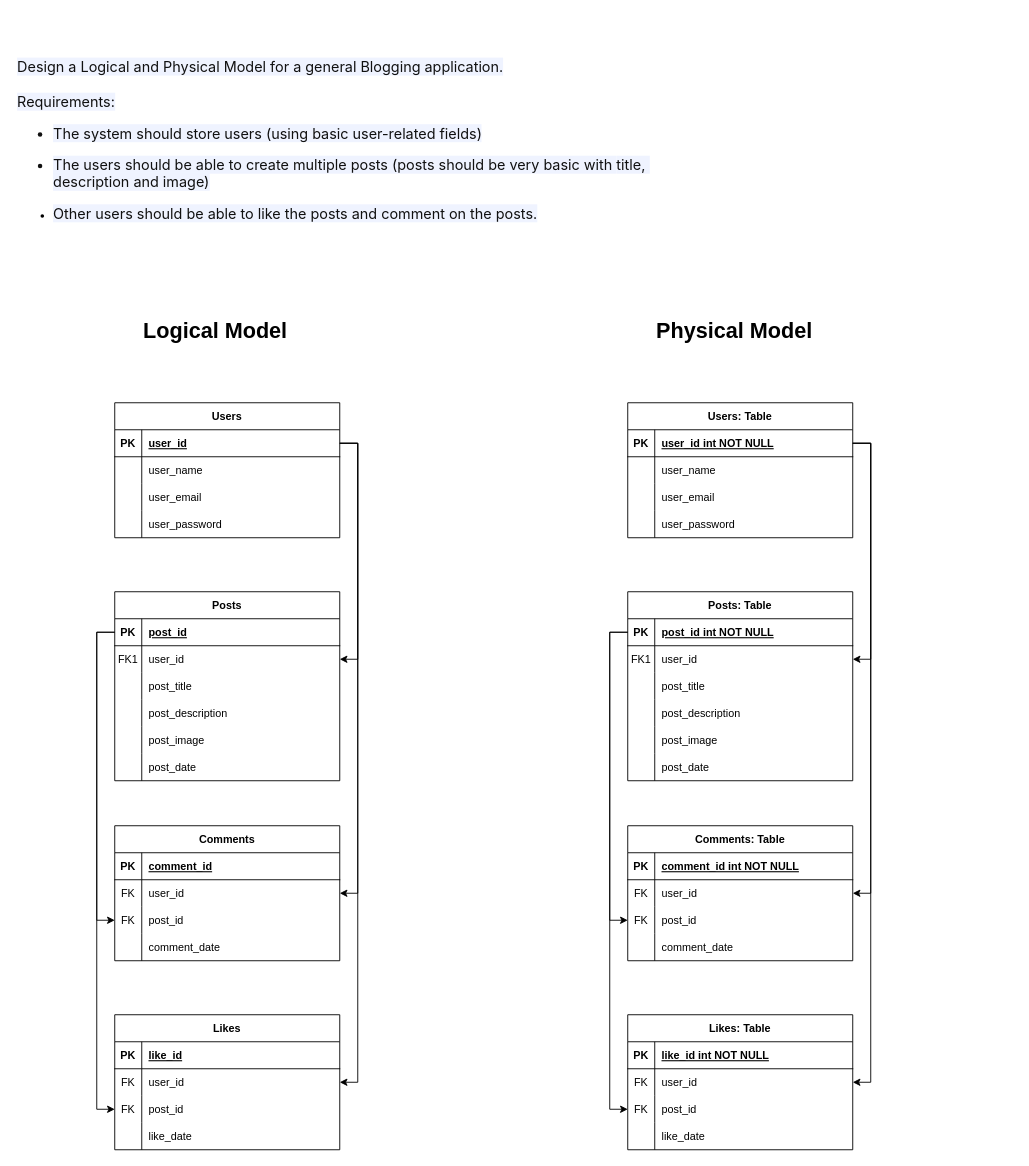
Before: exercise1.drawio in dmcneill15/module8, a draw.io diagram. Source tidied: cells renumbered, new cells numbered last; positions are measured from the earlier drawing's top-left corner, leaving out a move shared by most shapes. Both pictures are drawn from the tidied source at 90%, with x=0, y=0 at pixel (15, 15).
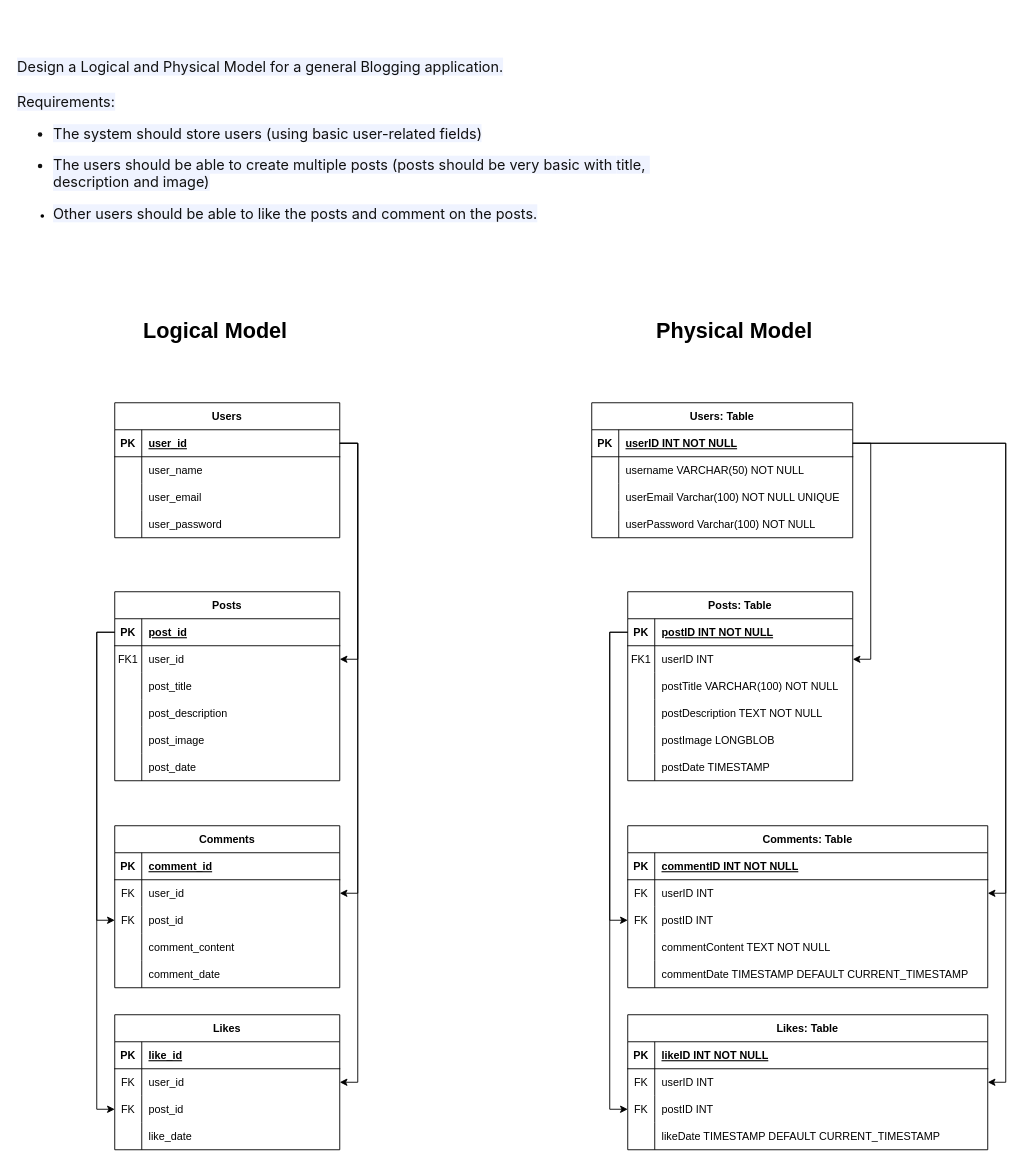
The same diagram, later.

The change refers to these unchanged cells:
```xml
<mxCell id="68" style="shape=partialRectangle;fillColor=none;points=[[0,0.5],[1,0.5]];portConstraint=eastwest;top=0;left=0;right=0;bottom=1;" parent="67" vertex="1">
  <mxGeometry y="30" width="250" height="30" as="geometry" />
</mxCell>
<mxCell id="71" style="shape=partialRectangle;fillColor=none;points=[[0,0.5],[1,0.5]];portConstraint=eastwest;top=0;left=0;right=0;bottom=0;" parent="67" vertex="1">
  <mxGeometry y="60" width="250" height="30" as="geometry" />
</mxCell>
<mxCell id="74" style="shape=partialRectangle;fillColor=none;top=0;left=0;right=0;bottom=0;" parent="67" vertex="1">
  <mxGeometry y="90" width="250" height="30" as="geometry" />
</mxCell>
<mxCell id="77" style="shape=partialRectangle;fillColor=none;top=0;left=0;right=0;bottom=0;" parent="67" vertex="1">
  <mxGeometry y="120" width="250" height="30" as="geometry" />
</mxCell>
<mxCell id="80" style="shape=partialRectangle;fillColor=none;top=0;left=0;right=0;bottom=0;" parent="67" vertex="1">
  <mxGeometry y="150" width="250" height="30" as="geometry" />
</mxCell>
<mxCell id="83" style="shape=partialRectangle;fillColor=none;top=0;left=0;right=0;bottom=0;" parent="67" vertex="1">
  <mxGeometry y="180" width="250" height="30" as="geometry" />
</mxCell>
```

The edit, as a diff of the source:
```diff
@@
     <mxCell id="47" value="Comments" style="shape=table;startSize=30;childLayout=tableLayout;rowLines=0;fontStyle=1;align=center;" parent="1" vertex="1">
-      <mxGeometry x="110" y="900" width="250" height="150" as="geometry" />
+      <mxGeometry x="110" y="900" width="250" height="180" as="geometry" />
     </mxCell>
@@
+    <mxCell id="131" style="shape=partialRectangle;fillColor=none;top=0;left=0;right=0;bottom=0;" parent="47" vertex="1">
+      <mxGeometry y="120" width="250" height="30" as="geometry" />
+    </mxCell>
+    <mxCell id="132" style="shape=partialRectangle;overflow=hidden;fillColor=none;top=0;left=0;bottom=0;right=0;" parent="131" vertex="1">
+      <mxGeometry width="30" height="30" as="geometry" />
+    </mxCell>
+    <mxCell id="133" value="comment_content" style="shape=partialRectangle;overflow=hidden;fillColor=none;top=0;left=0;bottom=0;right=0;align=left;spacingLeft=6;" parent="131" vertex="1">
+      <mxGeometry x="30" width="220" height="30" as="geometry" />
+    </mxCell>
     <mxCell id="57" style="shape=partialRectangle;fillColor=none;top=0;left=0;right=0;bottom=0;" parent="47" vertex="1">
-      <mxGeometry y="120" width="250" height="30" as="geometry" />
+      <mxGeometry y="150" width="250" height="30" as="geometry" />
     </mxCell>
@@
-    <mxCell id="70" value="post_id int NOT NULL " style="shape=partialRectangle;overflow=hidden;fillColor=none;top=0;left=0;bottom=0;right=0;align=left;spacingLeft=6;fontStyle=5;" parent="68" vertex="1">
+    <mxCell id="70" value="postID INT NOT NULL " style="shape=partialRectangle;overflow=hidden;fillColor=none;top=0;left=0;bottom=0;right=0;align=left;spacingLeft=6;fontStyle=5;" parent="68" vertex="1">
       <mxGeometry x="30" width="220" height="30" as="geometry" />
     </mxCell>
@@
-    <mxCell id="73" value="user_id" style="shape=partialRectangle;overflow=hidden;fillColor=none;top=0;left=0;bottom=0;right=0;align=left;spacingLeft=6;" parent="71" vertex="1">
+    <mxCell id="73" value="userID INT" style="shape=partialRectangle;overflow=hidden;fillColor=none;top=0;left=0;bottom=0;right=0;align=left;spacingLeft=6;" parent="71" vertex="1">
       <mxGeometry x="30" width="220" height="30" as="geometry" />
     </mxCell>
@@
-    <mxCell id="76" value="post_title" style="shape=partialRectangle;overflow=hidden;fillColor=none;top=0;left=0;bottom=0;right=0;align=left;spacingLeft=6;" parent="74" vertex="1">
+    <mxCell id="76" value="postTitle VARCHAR(100) NOT NULL" style="shape=partialRectangle;overflow=hidden;fillColor=none;top=0;left=0;bottom=0;right=0;align=left;spacingLeft=6;" parent="74" vertex="1">
       <mxGeometry x="30" width="220" height="30" as="geometry" />
     </mxCell>
@@
-    <mxCell id="79" value="post_description" style="shape=partialRectangle;overflow=hidden;fillColor=none;top=0;left=0;bottom=0;right=0;align=left;spacingLeft=6;" parent="77" vertex="1">
+    <mxCell id="79" value="postDescription TEXT NOT NULL" style="shape=partialRectangle;overflow=hidden;fillColor=none;top=0;left=0;bottom=0;right=0;align=left;spacingLeft=6;" parent="77" vertex="1">
       <mxGeometry x="30" width="220" height="30" as="geometry" />
     </mxCell>
@@
-    <mxCell id="82" value="post_image" style="shape=partialRectangle;overflow=hidden;fillColor=none;top=0;left=0;bottom=0;right=0;align=left;spacingLeft=6;" parent="80" vertex="1">
+    <mxCell id="82" value="postImage LONGBLOB" style="shape=partialRectangle;overflow=hidden;fillColor=none;top=0;left=0;bottom=0;right=0;align=left;spacingLeft=6;" parent="80" vertex="1">
       <mxGeometry x="30" width="220" height="30" as="geometry" />
     </mxCell>
@@
-    <mxCell id="85" value="post_date" style="shape=partialRectangle;overflow=hidden;fillColor=none;top=0;left=0;bottom=0;right=0;align=left;spacingLeft=6;" parent="83" vertex="1">
+    <mxCell id="85" value="postDate TIMESTAMP" style="shape=partialRectangle;overflow=hidden;fillColor=none;top=0;left=0;bottom=0;right=0;align=left;spacingLeft=6;" parent="83" vertex="1">
       <mxGeometry x="30" width="220" height="30" as="geometry" />
     </mxCell>
     <mxCell id="86" value="Users: Table" style="shape=table;startSize=30;childLayout=tableLayout;rowLines=0;fontStyle=1;align=center;" parent="1" vertex="1">
-      <mxGeometry x="680" y="430" width="250" height="150" as="geometry" />
+      <mxGeometry x="640" y="430" width="290" height="150" as="geometry" />
     </mxCell>
     <mxCell id="87" style="shape=partialRectangle;fillColor=none;points=[[0,0.5],[1,0.5]];portConstraint=eastwest;top=0;left=0;right=0;bottom=1;" parent="86" vertex="1">
-      <mxGeometry y="30" width="250" height="30" as="geometry" />
+      <mxGeometry y="30" width="290" height="30" as="geometry" />
     </mxCell>
@@
-    <mxCell id="89" value="user_id int NOT NULL " style="shape=partialRectangle;overflow=hidden;fillColor=none;top=0;left=0;bottom=0;right=0;align=left;spacingLeft=6;fontStyle=5;" parent="87" vertex="1">
-      <mxGeometry x="30" width="220" height="30" as="geometry" />
+    <mxCell id="89" value="userID INT NOT NULL " style="shape=partialRectangle;overflow=hidden;fillColor=none;top=0;left=0;bottom=0;right=0;align=left;spacingLeft=6;fontStyle=5;" parent="87" vertex="1">
+      <mxGeometry x="30" width="260" height="30" as="geometry" />
     </mxCell>
     <mxCell id="90" style="shape=partialRectangle;fillColor=none;top=0;left=0;right=0;bottom=0;" parent="86" vertex="1">
-      <mxGeometry y="60" width="250" height="30" as="geometry" />
+      <mxGeometry y="60" width="290" height="30" as="geometry" />
     </mxCell>
@@
-    <mxCell id="92" value="user_name" style="shape=partialRectangle;overflow=hidden;fillColor=none;top=0;left=0;bottom=0;right=0;align=left;spacingLeft=6;" parent="90" vertex="1">
-      <mxGeometry x="30" width="220" height="30" as="geometry" />
+    <mxCell id="92" value="username VARCHAR(50) NOT NULL" style="shape=partialRectangle;overflow=hidden;fillColor=none;top=0;left=0;bottom=0;right=0;align=left;spacingLeft=6;" parent="90" vertex="1">
+      <mxGeometry x="30" width="260" height="30" as="geometry" />
     </mxCell>
     <mxCell id="93" style="shape=partialRectangle;fillColor=none;top=0;left=0;right=0;bottom=0;" parent="86" vertex="1">
-      <mxGeometry y="90" width="250" height="30" as="geometry" />
+      <mxGeometry y="90" width="290" height="30" as="geometry" />
     </mxCell>
@@
-    <mxCell id="95" value="user_email" style="shape=partialRectangle;overflow=hidden;fillColor=none;top=0;left=0;bottom=0;right=0;align=left;spacingLeft=6;" parent="93" vertex="1">
-      <mxGeometry x="30" width="220" height="30" as="geometry" />
+    <mxCell id="95" value="userEmail Varchar(100) NOT NULL UNIQUE" style="shape=partialRectangle;overflow=hidden;fillColor=none;top=0;left=0;bottom=0;right=0;align=left;spacingLeft=6;" parent="93" vertex="1">
+      <mxGeometry x="30" width="260" height="30" as="geometry" />
     </mxCell>
     <mxCell id="96" style="shape=partialRectangle;fillColor=none;top=0;left=0;right=0;bottom=0;" parent="86" vertex="1">
-      <mxGeometry y="120" width="250" height="30" as="geometry" />
+      <mxGeometry y="120" width="290" height="30" as="geometry" />
     </mxCell>
@@
-    <mxCell id="98" value="user_password" style="shape=partialRectangle;overflow=hidden;fillColor=none;top=0;left=0;bottom=0;right=0;align=left;spacingLeft=6;" parent="96" vertex="1">
-      <mxGeometry x="30" width="220" height="30" as="geometry" />
+    <mxCell id="98" value="userPassword Varchar(100) NOT NULL" style="shape=partialRectangle;overflow=hidden;fillColor=none;top=0;left=0;bottom=0;right=0;align=left;spacingLeft=6;" parent="96" vertex="1">
+      <mxGeometry x="30" width="260" height="30" as="geometry" />
     </mxCell>
     <mxCell id="99" value="Likes: Table" style="shape=table;startSize=30;childLayout=tableLayout;rowLines=0;fontStyle=1;align=center;" parent="1" vertex="1">
-      <mxGeometry x="680" y="1110" width="250" height="150" as="geometry" />
+      <mxGeometry x="680" y="1110" width="400" height="150" as="geometry" />
     </mxCell>
     <mxCell id="100" style="shape=partialRectangle;fillColor=none;top=0;left=0;right=0;bottom=1;" parent="99" vertex="1">
-      <mxGeometry y="30" width="250" height="30" as="geometry" />
+      <mxGeometry y="30" width="400" height="30" as="geometry" />
     </mxCell>
@@
-    <mxCell id="102" value="like_id int NOT NULL " style="shape=partialRectangle;overflow=hidden;fillColor=none;top=0;left=0;bottom=0;right=0;align=left;spacingLeft=6;fontStyle=5;" parent="100" vertex="1">
-      <mxGeometry x="30" width="220" height="30" as="geometry" />
+    <mxCell id="102" value="likeID INT NOT NULL " style="shape=partialRectangle;overflow=hidden;fillColor=none;top=0;left=0;bottom=0;right=0;align=left;spacingLeft=6;fontStyle=5;" parent="100" vertex="1">
+      <mxGeometry x="30" width="370" height="30" as="geometry" />
     </mxCell>
     <mxCell id="103" style="shape=partialRectangle;fillColor=none;points=[[0,0.5],[1,0.5]];portConstraint=eastwest;top=0;left=0;right=0;bottom=0;" parent="99" vertex="1">
-      <mxGeometry y="60" width="250" height="30" as="geometry" />
+      <mxGeometry y="60" width="400" height="30" as="geometry" />
     </mxCell>
@@
-    <mxCell id="105" value="user_id" style="shape=partialRectangle;overflow=hidden;fillColor=none;top=0;left=0;bottom=0;right=0;align=left;spacingLeft=6;" parent="103" vertex="1">
-      <mxGeometry x="30" width="220" height="30" as="geometry" />
+    <mxCell id="105" value="userID INT" style="shape=partialRectangle;overflow=hidden;fillColor=none;top=0;left=0;bottom=0;right=0;align=left;spacingLeft=6;" parent="103" vertex="1">
+      <mxGeometry x="30" width="370" height="30" as="geometry" />
     </mxCell>
     <mxCell id="106" style="shape=partialRectangle;fillColor=none;points=[[0,0.5],[1,0.5]];portConstraint=eastwest;top=0;left=0;right=0;bottom=0;" parent="99" vertex="1">
-      <mxGeometry y="90" width="250" height="30" as="geometry" />
+      <mxGeometry y="90" width="400" height="30" as="geometry" />
     </mxCell>
@@
-    <mxCell id="108" value="post_id" style="shape=partialRectangle;overflow=hidden;fillColor=none;top=0;left=0;bottom=0;right=0;align=left;spacingLeft=6;" parent="106" vertex="1">
-      <mxGeometry x="30" width="220" height="30" as="geometry" />
+    <mxCell id="108" value="postID INT" style="shape=partialRectangle;overflow=hidden;fillColor=none;top=0;left=0;bottom=0;right=0;align=left;spacingLeft=6;" parent="106" vertex="1">
+      <mxGeometry x="30" width="370" height="30" as="geometry" />
     </mxCell>
     <mxCell id="109" style="shape=partialRectangle;fillColor=none;top=0;left=0;right=0;bottom=0;" parent="99" vertex="1">
-      <mxGeometry y="120" width="250" height="30" as="geometry" />
+      <mxGeometry y="120" width="400" height="30" as="geometry" />
     </mxCell>
@@
-    <mxCell id="111" value="like_date" style="shape=partialRectangle;overflow=hidden;fillColor=none;top=0;left=0;bottom=0;right=0;align=left;spacingLeft=6;" parent="109" vertex="1">
-      <mxGeometry x="30" width="220" height="30" as="geometry" />
+    <mxCell id="111" value="likeDate TIMESTAMP DEFAULT CURRENT_TIMESTAMP" style="shape=partialRectangle;overflow=hidden;fillColor=none;top=0;left=0;bottom=0;right=0;align=left;spacingLeft=6;" parent="109" vertex="1">
+      <mxGeometry x="30" width="370" height="30" as="geometry" />
     </mxCell>
     <mxCell id="112" value="Comments: Table" style="shape=table;startSize=30;childLayout=tableLayout;rowLines=0;fontStyle=1;align=center;" parent="1" vertex="1">
-      <mxGeometry x="680" y="900" width="250" height="150" as="geometry" />
+      <mxGeometry x="680" y="900" width="400" height="180" as="geometry" />
     </mxCell>
     <mxCell id="113" style="shape=partialRectangle;fillColor=none;top=0;left=0;right=0;bottom=1;" parent="112" vertex="1">
-      <mxGeometry y="30" width="250" height="30" as="geometry" />
+      <mxGeometry y="30" width="400" height="30" as="geometry" />
     </mxCell>
@@
-    <mxCell id="115" value="comment_id int NOT NULL " style="shape=partialRectangle;overflow=hidden;fillColor=none;top=0;left=0;bottom=0;right=0;align=left;spacingLeft=6;fontStyle=5;" parent="113" vertex="1">
-      <mxGeometry x="30" width="220" height="30" as="geometry" />
+    <mxCell id="115" value="commentID INT NOT NULL " style="shape=partialRectangle;overflow=hidden;fillColor=none;top=0;left=0;bottom=0;right=0;align=left;spacingLeft=6;fontStyle=5;" parent="113" vertex="1">
+      <mxGeometry x="30" width="370" height="30" as="geometry" />
     </mxCell>
     <mxCell id="116" style="shape=partialRectangle;fillColor=none;points=[[0,0.5],[1,0.5]];portConstraint=eastwest;top=0;left=0;right=0;bottom=0;" parent="112" vertex="1">
-      <mxGeometry y="60" width="250" height="30" as="geometry" />
+      <mxGeometry y="60" width="400" height="30" as="geometry" />
     </mxCell>
@@
-    <mxCell id="118" value="user_id" style="shape=partialRectangle;overflow=hidden;fillColor=none;top=0;left=0;bottom=0;right=0;align=left;spacingLeft=6;" parent="116" vertex="1">
-      <mxGeometry x="30" width="220" height="30" as="geometry" />
+    <mxCell id="118" value="userID INT" style="shape=partialRectangle;overflow=hidden;fillColor=none;top=0;left=0;bottom=0;right=0;align=left;spacingLeft=6;" parent="116" vertex="1">
+      <mxGeometry x="30" width="370" height="30" as="geometry" />
     </mxCell>
     <mxCell id="119" style="shape=partialRectangle;fillColor=none;points=[[0,0.5],[1,0.5]];portConstraint=eastwest;top=0;left=0;right=0;bottom=0;" parent="112" vertex="1">
-      <mxGeometry y="90" width="250" height="30" as="geometry" />
+      <mxGeometry y="90" width="400" height="30" as="geometry" />
     </mxCell>
@@
-    <mxCell id="121" value="post_id" style="shape=partialRectangle;overflow=hidden;fillColor=none;top=0;left=0;bottom=0;right=0;align=left;spacingLeft=6;" parent="119" vertex="1">
-      <mxGeometry x="30" width="220" height="30" as="geometry" />
+    <mxCell id="121" value="postID INT" style="shape=partialRectangle;overflow=hidden;fillColor=none;top=0;left=0;bottom=0;right=0;align=left;spacingLeft=6;" parent="119" vertex="1">
+      <mxGeometry x="30" width="370" height="30" as="geometry" />
     </mxCell>
+    <mxCell id="134" style="shape=partialRectangle;fillColor=none;top=0;left=0;right=0;bottom=0;" parent="112" vertex="1">
+      <mxGeometry y="120" width="400" height="30" as="geometry" />
+    </mxCell>
+    <mxCell id="135" style="shape=partialRectangle;overflow=hidden;fillColor=none;top=0;left=0;bottom=0;right=0;" parent="134" vertex="1">
+      <mxGeometry width="30" height="30" as="geometry" />
+    </mxCell>
+    <mxCell id="136" value="commentContent TEXT NOT NULL" style="shape=partialRectangle;overflow=hidden;fillColor=none;top=0;left=0;bottom=0;right=0;align=left;spacingLeft=6;" parent="134" vertex="1">
+      <mxGeometry x="30" width="370" height="30" as="geometry" />
+    </mxCell>
     <mxCell id="122" style="shape=partialRectangle;fillColor=none;top=0;left=0;right=0;bottom=0;" parent="112" vertex="1">
-      <mxGeometry y="120" width="250" height="30" as="geometry" />
+      <mxGeometry y="150" width="400" height="30" as="geometry" />
     </mxCell>
@@
-    <mxCell id="124" value="comment_date" style="shape=partialRectangle;overflow=hidden;fillColor=none;top=0;left=0;bottom=0;right=0;align=left;spacingLeft=6;" parent="122" vertex="1">
-      <mxGeometry x="30" width="220" height="30" as="geometry" />
+    <mxCell id="124" value="commentDate TIMESTAMP DEFAULT CURRENT_TIMESTAMP" style="shape=partialRectangle;overflow=hidden;fillColor=none;top=0;left=0;bottom=0;right=0;align=left;spacingLeft=6;" parent="122" vertex="1">
+      <mxGeometry x="30" width="370" height="30" as="geometry" />
     </mxCell>
```
